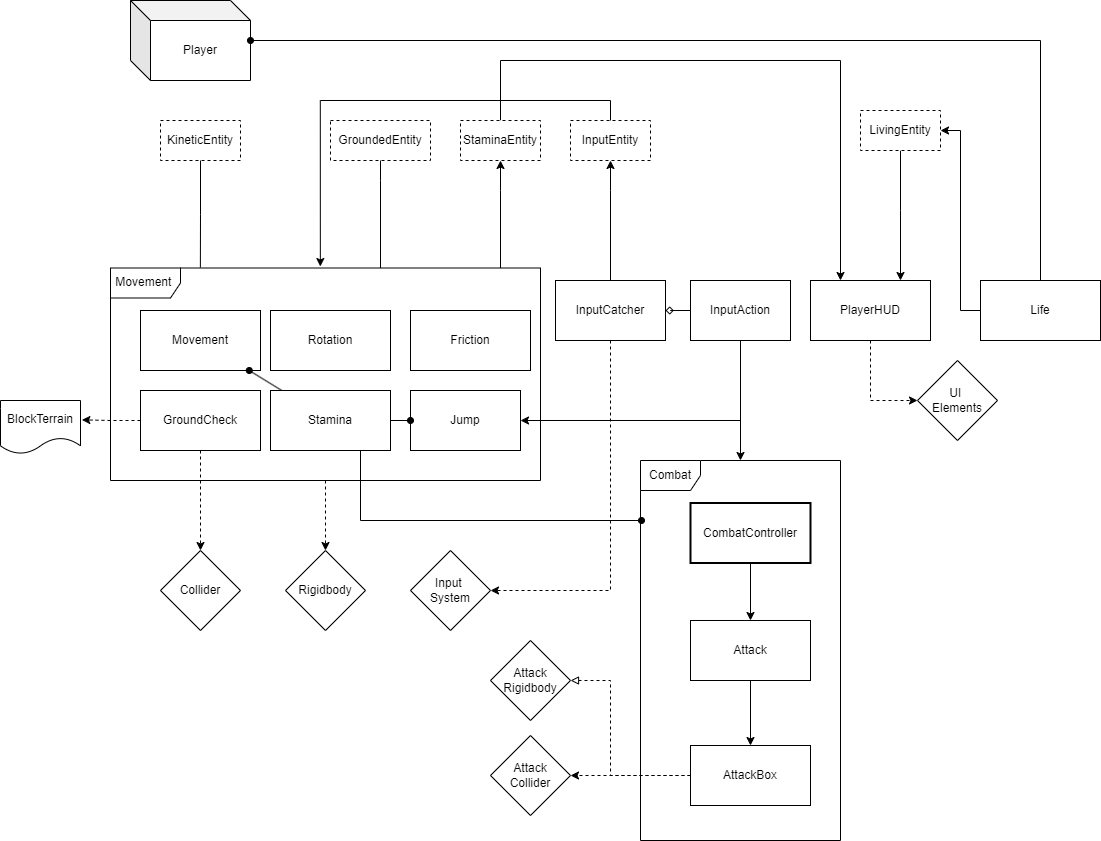
Before: Framework/Imágenes/JerarquíaKimera.drawio.png, a diagram exported from draw.io (DrPumpKing1/DocumentoFramework). Source tidied: cells renumbered, new cells last; positions are measured from the earlier drawing's top-left corner, leaving out a move shared by most shapes.
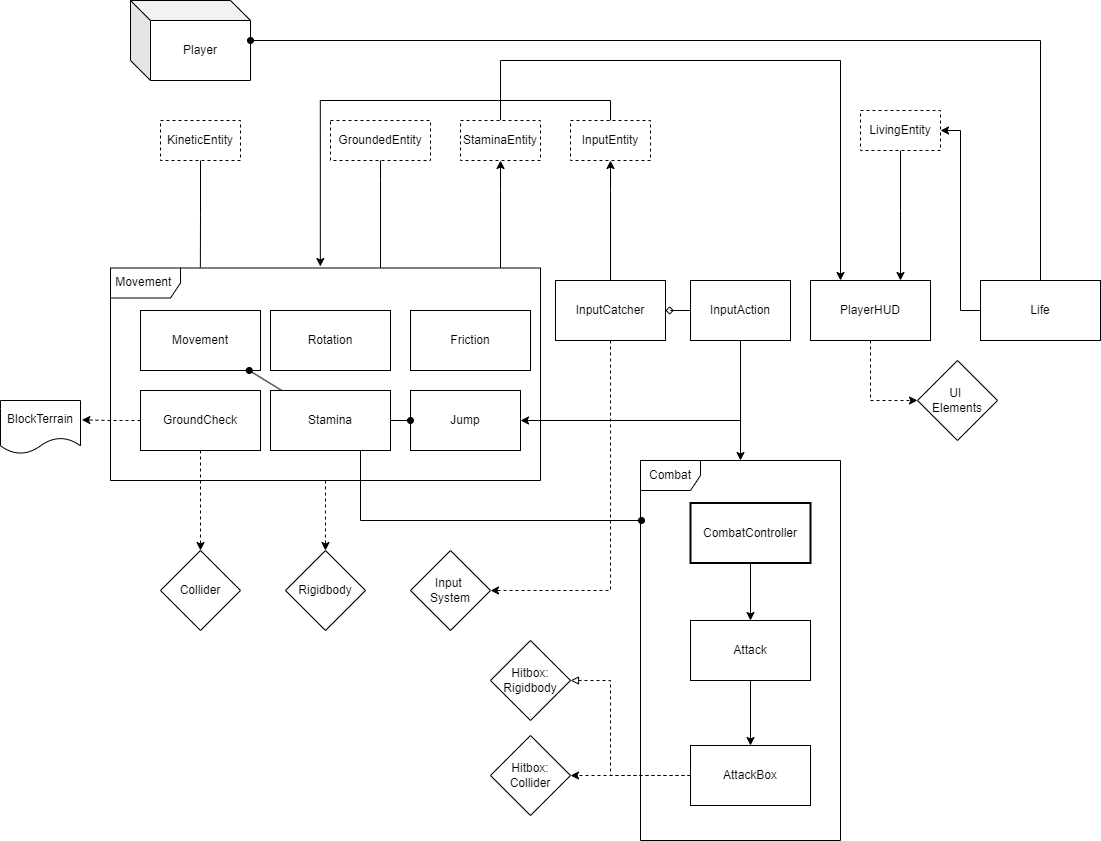
The same file after the commit.

Commit message:
Cambios pequeños

Change to the diagram source:
```diff
@@ -159,10 +159,10 @@
     <mxCell id="39" value="Rigidbody" style="rhombus;whiteSpace=wrap;html=1;" parent="1" vertex="1">
       <mxGeometry x="285" y="550" width="80" height="80" as="geometry" />
     </mxCell>
-    <mxCell id="40" value="Attack&lt;div&gt;Collider&lt;/div&gt;" style="rhombus;whiteSpace=wrap;html=1;" parent="1" vertex="1">
+    <mxCell id="40" value="Hitbox:&lt;div&gt;Collider&lt;/div&gt;" style="rhombus;whiteSpace=wrap;html=1;" parent="1" vertex="1">
       <mxGeometry x="490" y="735" width="80" height="80" as="geometry" />
     </mxCell>
-    <mxCell id="41" value="Attack&lt;div&gt;Rigidbody&lt;/div&gt;" style="rhombus;whiteSpace=wrap;html=1;" parent="1" vertex="1">
+    <mxCell id="41" value="&lt;div&gt;Hitbox:&lt;/div&gt;&lt;div&gt;Rigidbody&lt;/div&gt;" style="rhombus;whiteSpace=wrap;html=1;" parent="1" vertex="1">
       <mxGeometry x="490" y="640" width="80" height="80" as="geometry" />
     </mxCell>
     <mxCell id="42" value="Input&amp;nbsp;&lt;br&gt;&lt;div&gt;&lt;span style=&quot;color: rgba(0, 0, 0, 0); font-family: monospace; font-size: 0px; text-align: start; text-wrap: nowrap; background-color: initial;&quot;&gt;%3CmxGraphModel%3E%3Croot%3E%3CmxCell%20id%3D%220%22%2F%3E%3CmxCell%20id%3D%221%22%20parent%3D%220%22%2F%3E%3CmxCell%20id%3D%222%22%20value%3D%22Attack%26lt%3Bdiv%26gt%3BRigidbody%26lt%3B%2Fdiv%26gt%3B%22%20style%3D%22rhombus%3BwhiteSpace%3Dwrap%3Bhtml%3D1%3B%22%20vertex%3D%221%22%20parent%3D%221%22%3E%3CmxGeometry%20x%3D%22480%22%20y%3D%22600%22%20width%3D%2280%22%20height%3D%2280%22%20as%3D%22geometry%22%2F%3E%3C%2FmxCell%3E%3C%2Froot%3E%3C%2FmxGraphModel%3E&lt;/span&gt;System&lt;/div&gt;" style="rhombus;whiteSpace=wrap;html=1;" parent="1" vertex="1">
```
